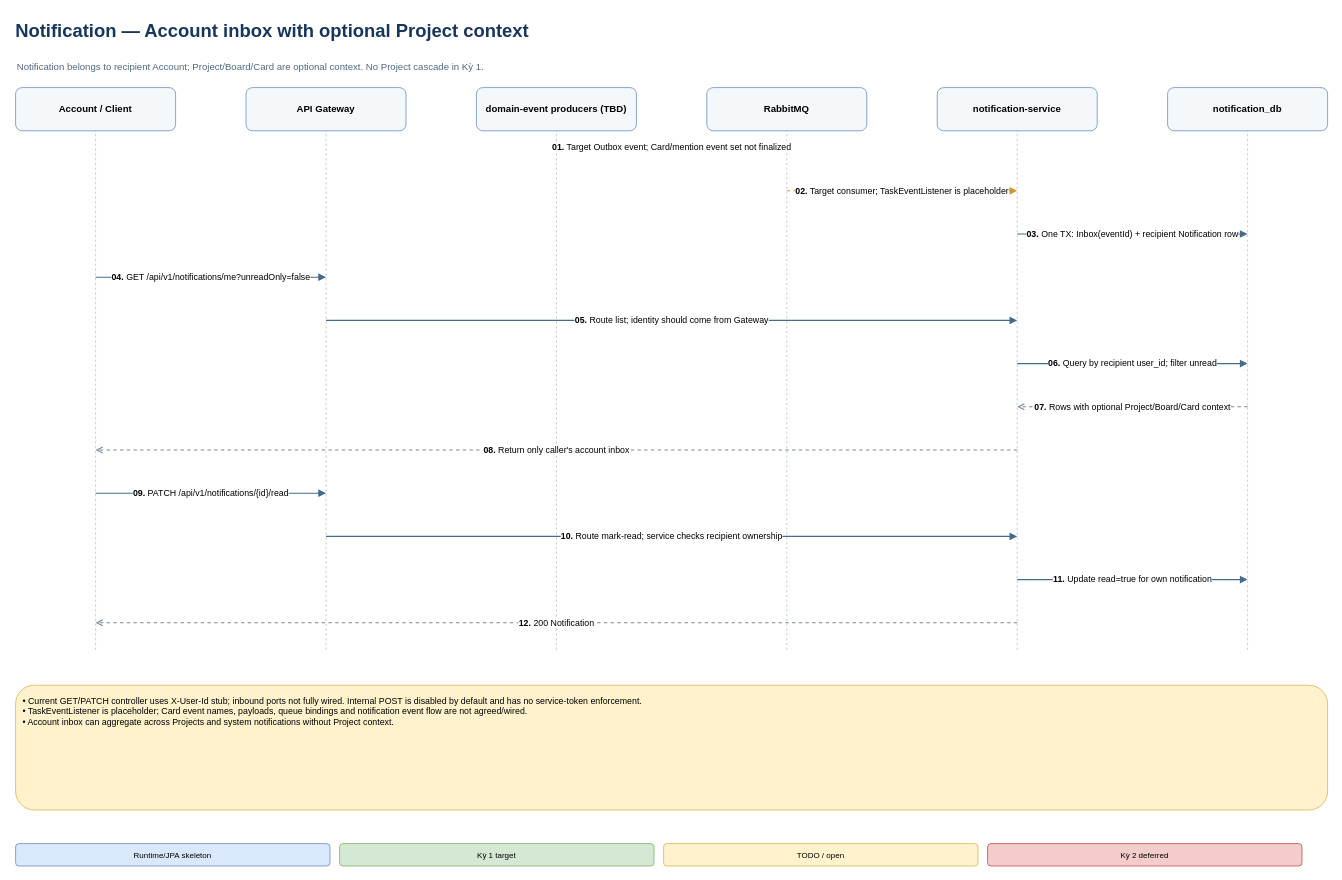
The draw.io diagram page "13 - Notification lifecycle" (14 of 17) of docs/project/dev-platform-system-design.drawio in gekok/Dev-Platform, before the edit. Source tidied: cells renumbered, new cells numbered last; positions are measured from the earlier drawing's top-left corner, leaving out a move shared by most shapes. Both pictures are drawn from the tidied source at 80%, with x=0, y=0 at pixel (14, 14).
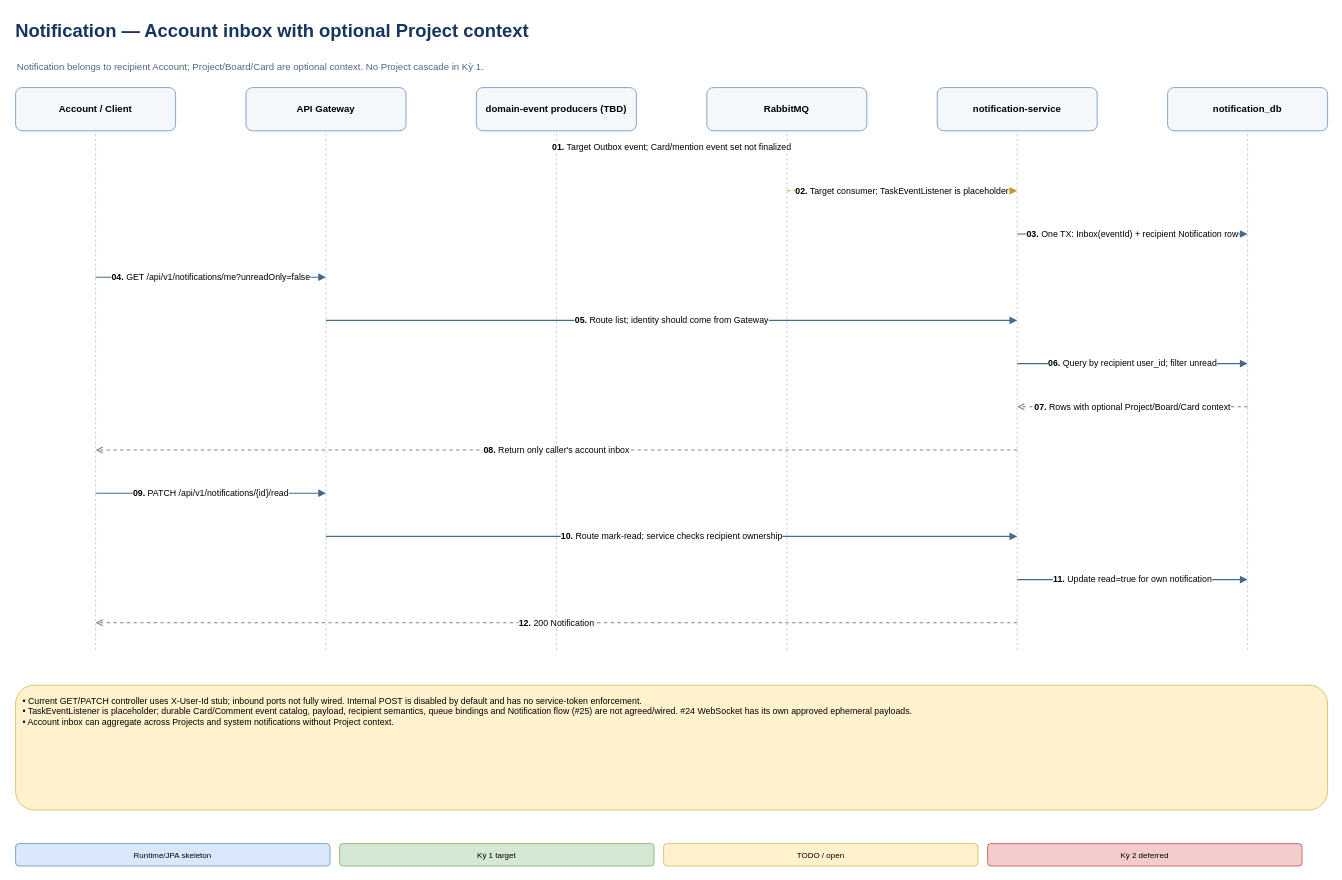
The same diagram, later.

Change to the diagram source:
```diff
@@
-    <mxCell id="28" value="• Current GET/PATCH controller uses X-User-Id stub; inbound ports not fully wired. Internal POST is disabled by default and has no service-token enforcement.&lt;br/&gt;• TaskEventListener is placeholder; Card event names, payloads, queue bindings and notification event flow are not agreed/wired.&lt;br/&gt;• Account inbox can aggregate across Projects and system notifications without Project context." style="rounded=1;whiteSpace=wrap;html=1;align=left;verticalAlign=top;spacing=9;fontSize=11;strokeColor=#d6b656;fillColor=#fff2cc;" parent="1" vertex="1">
+    <mxCell id="28" value="• Current GET/PATCH controller uses X-User-Id stub; inbound ports not fully wired. Internal POST is disabled by default and has no service-token enforcement.&lt;br/&gt;• TaskEventListener is placeholder; durable Card/Comment event catalog, payload, recipient semantics, queue bindings and Notification flow (#25) are not agreed/wired. #24 WebSocket has its own approved ephemeral payloads.&lt;br/&gt;• Account inbox can aggregate across Projects and system notifications without Project context." style="rounded=1;whiteSpace=wrap;html=1;align=left;verticalAlign=top;spacing=9;fontSize=11;strokeColor=#d6b656;fillColor=#fff2cc;" parent="1" vertex="1">
       <mxGeometry x="2" y="839" width="1640" height="156" as="geometry" />
     </mxCell>
```
